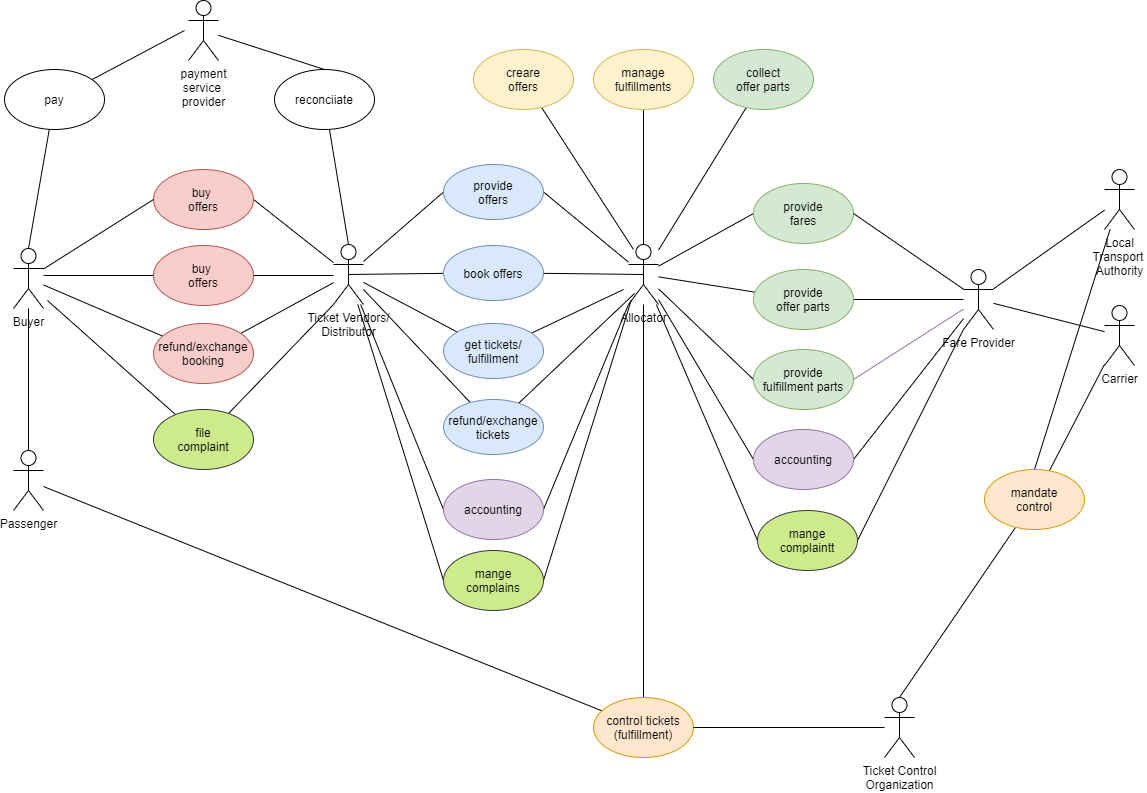
The draw.io diagram images/business-capabilities/business-use-cases.png in UnionInternationalCheminsdeFer/OSDM, before a commit. Source tidied: cells renumbered, new cells last; positions are measured from the earlier drawing's top-left corner, leaving out a move shared by most shapes.
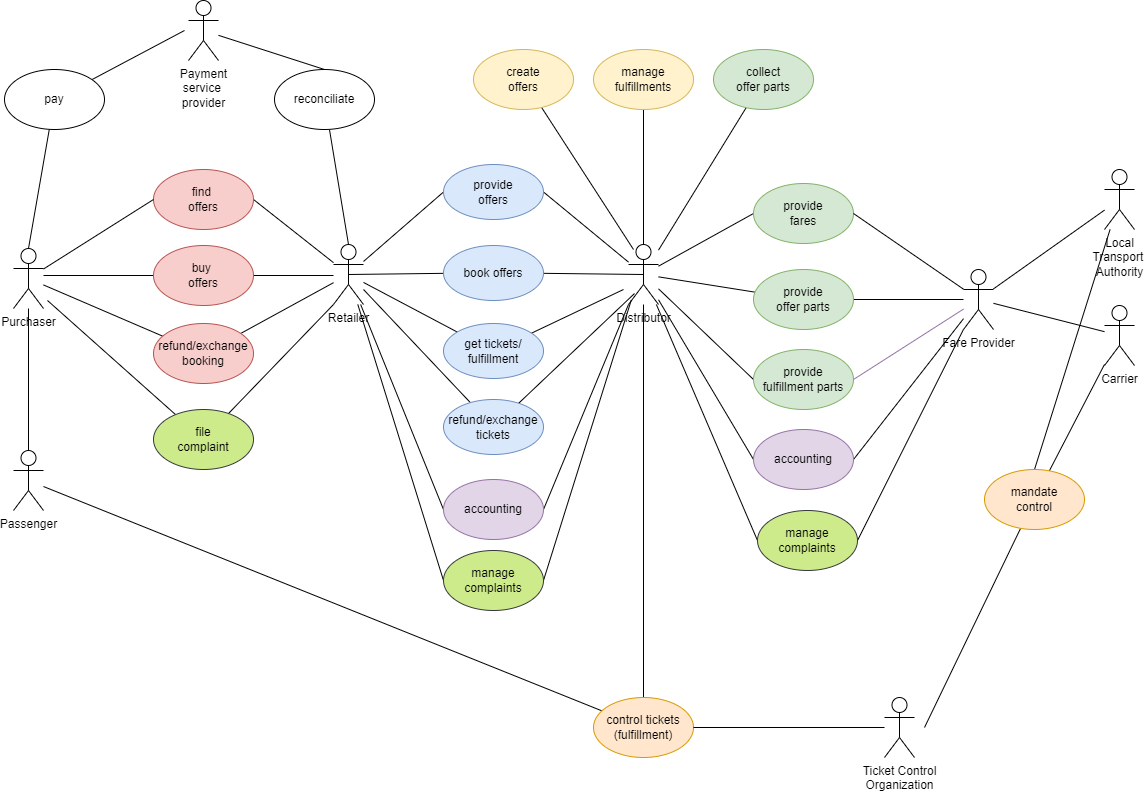
Later version of the same file.

What changed in the source:
```diff
@@ -8,7 +8,7 @@
     <mxCell id="3" style="edgeStyle=none;rounded=0;jettySize=auto;html=1;endArrow=none;endFill=0;entryX=1;entryY=0.5;entryDx=0;entryDy=0;" parent="1" edge="1" source="4" target="17">
       <mxGeometry relative="1" as="geometry" />
     </mxCell>
-    <mxCell id="4" value="Ticket Vendors/&lt;br&gt;Distributor" style="shape=umlActor;verticalLabelPosition=bottom;verticalAlign=top;html=1;" parent="1" vertex="1">
+    <mxCell id="4" value="Retailer" style="shape=umlActor;verticalLabelPosition=bottom;verticalAlign=top;html=1;" parent="1" vertex="1">
       <mxGeometry x="329" y="244" width="30" height="60" as="geometry" />
     </mxCell>
     <mxCell id="5" style="edgeStyle=none;rounded=0;jettySize=auto;html=1;entryX=1;entryY=0.5;entryDx=0;entryDy=0;endArrow=none;endFill=0;" parent="1" edge="1" source="11" target="12">
@@ -29,7 +29,7 @@
     <mxCell id="10" style="edgeStyle=none;rounded=0;jettySize=auto;html=1;entryX=0;entryY=0.5;entryDx=0;entryDy=0;endArrow=none;endFill=0;" parent="1" edge="1" source="11" target="41">
       <mxGeometry relative="1" as="geometry" />
     </mxCell>
-    <mxCell id="11" value="Allocator" style="shape=umlActor;verticalLabelPosition=bottom;verticalAlign=top;html=1;" parent="1" vertex="1">
+    <mxCell id="11" value="Distributor" style="shape=umlActor;verticalLabelPosition=bottom;verticalAlign=top;html=1;" parent="1" vertex="1">
       <mxGeometry x="624" y="244" width="30" height="60" as="geometry" />
     </mxCell>
     <mxCell id="12" value="provide&lt;br&gt;offers" style="ellipse;whiteSpace=wrap;html=1;fillColor=#dae8fc;strokeColor=#6c8ebf;" parent="1" vertex="1">
@@ -40,7 +40,7 @@
         <mxPoint x="629" y="249" as="targetPoint" />
       </mxGeometry>
     </mxCell>
-    <mxCell id="14" value="creare&lt;br&gt;offers" style="ellipse;whiteSpace=wrap;html=1;fillColor=#fff2cc;strokeColor=#d6b656;" parent="1" vertex="1">
+    <mxCell id="14" value="create&lt;br&gt;offers" style="ellipse;whiteSpace=wrap;html=1;fillColor=#fff2cc;strokeColor=#d6b656;" parent="1" vertex="1">
       <mxGeometry x="469" y="49" width="100" height="60" as="geometry" />
     </mxCell>
     <mxCell id="15" style="edgeStyle=none;rounded=0;jettySize=auto;html=1;entryX=0.5;entryY=0;entryDx=0;entryDy=0;entryPerimeter=0;endArrow=none;endFill=0;" parent="1" edge="1" source="16" target="11">
@@ -49,7 +49,7 @@
     <mxCell id="16" value="manage&lt;br&gt;fulfillments" style="ellipse;whiteSpace=wrap;html=1;fillColor=#fff2cc;strokeColor=#d6b656;" parent="1" vertex="1">
       <mxGeometry x="589" y="49" width="100" height="60" as="geometry" />
     </mxCell>
-    <mxCell id="17" value="buy&amp;nbsp;&lt;br&gt;offers" style="ellipse;whiteSpace=wrap;html=1;fillColor=#f8cecc;strokeColor=#b85450;" parent="1" vertex="1">
+    <mxCell id="17" value="find&amp;nbsp;&lt;br&gt;offers" style="ellipse;whiteSpace=wrap;html=1;fillColor=#f8cecc;strokeColor=#b85450;" parent="1" vertex="1">
       <mxGeometry x="149" y="169" width="100" height="60" as="geometry" />
     </mxCell>
     <mxCell id="18" style="edgeStyle=none;rounded=0;jettySize=auto;html=1;entryX=0;entryY=0.5;entryDx=0;entryDy=0;endArrow=none;endFill=0;" parent="1" edge="1" source="20" target="17">
@@ -58,7 +58,7 @@
     <mxCell id="19" style="edgeStyle=none;rounded=0;jettySize=auto;html=1;entryX=0.5;entryY=0;entryDx=0;entryDy=0;entryPerimeter=0;endArrow=none;endFill=0;" parent="1" edge="1" source="20" target="35">
       <mxGeometry relative="1" as="geometry" />
     </mxCell>
-    <mxCell id="20" value="Buyer" style="shape=umlActor;verticalLabelPosition=bottom;verticalAlign=top;html=1;" parent="1" vertex="1">
+    <mxCell id="20" value="Purchaser" style="shape=umlActor;verticalLabelPosition=bottom;verticalAlign=top;html=1;" parent="1" vertex="1">
       <mxGeometry x="9" y="248" width="30" height="60" as="geometry" />
     </mxCell>
     <mxCell id="21" style="edgeStyle=none;rounded=0;jettySize=auto;html=1;endArrow=none;endFill=0;" parent="1" edge="1" source="23">
@@ -140,8 +140,10 @@
     <mxCell id="45" value="Ticket Control&lt;br&gt;Organization" style="shape=umlActor;verticalLabelPosition=bottom;verticalAlign=top;html=1;" parent="1" vertex="1">
       <mxGeometry x="880" y="697" width="30" height="60" as="geometry" />
     </mxCell>
-    <mxCell id="46" style="edgeStyle=none;rounded=0;jettySize=auto;html=1;entryX=0.5;entryY=0;entryDx=0;entryDy=0;entryPerimeter=0;endArrow=none;endFill=0;" parent="1" edge="1" source="48" target="45">
-      <mxGeometry relative="1" as="geometry" />
+    <mxCell id="46" style="edgeStyle=none;rounded=0;jettySize=auto;html=1;endArrow=none;endFill=0;" parent="1" edge="1" source="48">
+      <mxGeometry relative="1" as="geometry">
+        <mxPoint x="920" y="727" as="targetPoint" />
+      </mxGeometry>
     </mxCell>
     <mxCell id="47" style="edgeStyle=none;rounded=0;jettySize=auto;html=1;endArrow=none;endFill=0;" parent="1" edge="1" source="48" target="59">
       <mxGeometry relative="1" as="geometry" />
@@ -198,13 +200,13 @@
     <mxCell id="63" style="edgeStyle=none;rounded=0;jettySize=auto;html=1;endArrow=none;endFill=0;entryX=0.5;entryY=0;entryDx=0;entryDy=0;" parent="1" edge="1" source="64" target="66">
       <mxGeometry relative="1" as="geometry" />
     </mxCell>
-    <mxCell id="64" value="payment&lt;br&gt;service &lt;br&gt;provider&lt;br&gt;" style="shape=umlActor;verticalLabelPosition=bottom;verticalAlign=top;html=1;" parent="1" vertex="1">
+    <mxCell id="64" value="Payment&lt;br&gt;service &lt;br&gt;provider" style="shape=umlActor;verticalLabelPosition=bottom;verticalAlign=top;html=1;" parent="1" vertex="1">
       <mxGeometry x="184" width="30" height="60" as="geometry" />
     </mxCell>
     <mxCell id="65" style="edgeStyle=none;rounded=0;jettySize=auto;html=1;entryX=0.5;entryY=0;entryDx=0;entryDy=0;entryPerimeter=0;endArrow=none;endFill=0;" parent="1" edge="1" source="66" target="4">
       <mxGeometry relative="1" as="geometry" />
     </mxCell>
-    <mxCell id="66" value="reconciiate" style="ellipse;whiteSpace=wrap;html=1;" parent="1" vertex="1">
+    <mxCell id="66" value="reconciliate" style="ellipse;whiteSpace=wrap;html=1;" parent="1" vertex="1">
       <mxGeometry x="270" y="69" width="100" height="60" as="geometry" />
     </mxCell>
     <mxCell id="67" style="edgeStyle=none;rounded=0;jettySize=auto;html=1;entryX=0.2;entryY=0.817;entryDx=0;entryDy=0;entryPerimeter=0;endArrow=none;endFill=0;" parent="1" edge="1" source="69" target="11">
@@ -222,7 +224,7 @@
     <mxCell id="71" style="edgeStyle=none;html=1;exitX=0;exitY=0.5;exitDx=0;exitDy=0;endArrow=none;endFill=0;" parent="1" edge="1" source="72" target="4">
       <mxGeometry relative="1" as="geometry" />
     </mxCell>
-    <mxCell id="72" value="mange&lt;br&gt;complains" style="ellipse;whiteSpace=wrap;html=1;fillColor=#cdeb8b;strokeColor=#36393d;" parent="1" vertex="1">
+    <mxCell id="72" value="manage&lt;br&gt;complaints" style="ellipse;whiteSpace=wrap;html=1;fillColor=#cdeb8b;strokeColor=#36393d;" parent="1" vertex="1">
       <mxGeometry x="439" y="550" width="100" height="60" as="geometry" />
     </mxCell>
     <mxCell id="73" style="edgeStyle=none;html=1;endArrow=none;endFill=0;exitX=0;exitY=0.5;exitDx=0;exitDy=0;" parent="1" edge="1" source="75" target="11">
@@ -231,7 +233,7 @@
     <mxCell id="74" style="edgeStyle=none;html=1;endArrow=none;endFill=0;exitX=1;exitY=0.5;exitDx=0;exitDy=0;" parent="1" edge="1" source="75" target="32">
       <mxGeometry relative="1" as="geometry" />
     </mxCell>
-    <mxCell id="75" value="mange&lt;br&gt;complaintt" style="ellipse;whiteSpace=wrap;html=1;fillColor=#cdeb8b;strokeColor=#36393d;" parent="1" vertex="1">
+    <mxCell id="75" value="manage&lt;br&gt;complaints" style="ellipse;whiteSpace=wrap;html=1;fillColor=#cdeb8b;strokeColor=#36393d;" parent="1" vertex="1">
       <mxGeometry x="753" y="510" width="100" height="60" as="geometry" />
     </mxCell>
     <mxCell id="76" style="edgeStyle=none;html=1;entryX=0;entryY=1;entryDx=0;entryDy=0;entryPerimeter=0;endArrow=none;endFill=0;" parent="1" edge="1" source="78" target="4">
```
